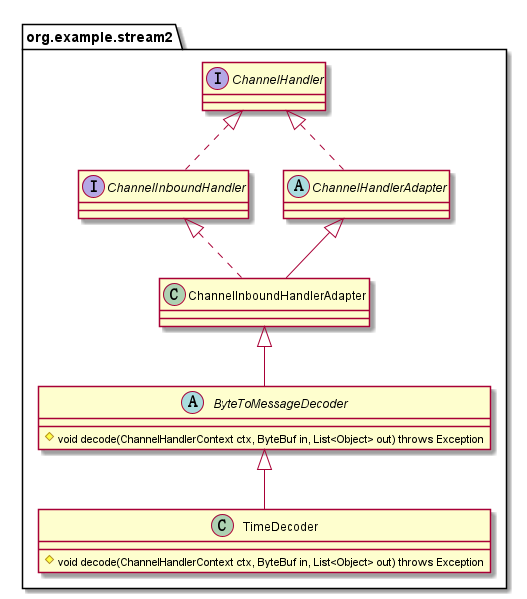
Above: Week_03/netty-example/assets/uml/stream2-class-diagram.png in Du-Feng/JAVA-000 (PlantUML), before the change.
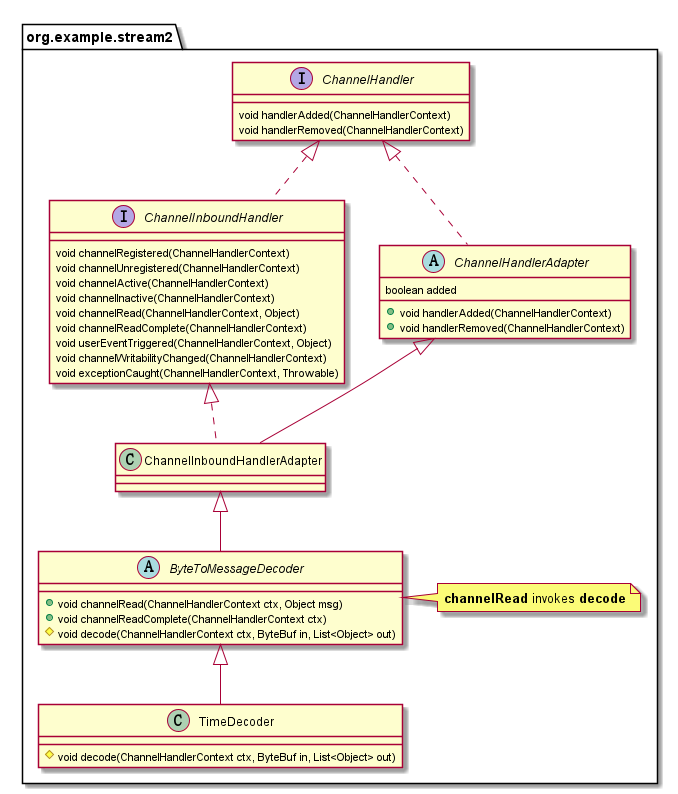
The same diagram one commit later.

Commit message:
Update the class diagram with more details.

The edit, as a diff of the source:
```diff
@@ -8,16 +8,41 @@
     ChannelInboundHandlerAdapter <|-- ByteToMessageDecoder
     ByteToMessageDecoder <|-- TimeDecoder
 
-    interface ChannelHandler { }
-    abstract class ChannelHandlerAdapter { }
-    interface ChannelInboundHandler { }
-    class ChannelInboundHandlerAdapter { }
-    abstract class ByteToMessageDecoder {
-        # void decode(ChannelHandlerContext ctx, ByteBuf in, List<Object> out) throws Exception
+    interface ChannelHandler {
+         void handlerAdded(ChannelHandlerContext)
+         void handlerRemoved(ChannelHandlerContext)
     }
 
+    abstract class ChannelHandlerAdapter {
+        boolean added
+
+        + void handlerAdded(ChannelHandlerContext)
+        + void handlerRemoved(ChannelHandlerContext)
+    }
+
+    interface ChannelInboundHandler {
+        void channelRegistered(ChannelHandlerContext)
+        void channelUnregistered(ChannelHandlerContext)
+        void channelActive(ChannelHandlerContext)
+        void channelInactive(ChannelHandlerContext)
+        void channelRead(ChannelHandlerContext, Object)
+        void channelReadComplete(ChannelHandlerContext)
+        void userEventTriggered(ChannelHandlerContext, Object)
+        void channelWritabilityChanged(ChannelHandlerContext)
+        void exceptionCaught(ChannelHandlerContext, Throwable)
+    }
+
+    class ChannelInboundHandlerAdapter { }
+
+    abstract class ByteToMessageDecoder {
+        + void channelRead(ChannelHandlerContext ctx, Object msg)
+        + void channelReadComplete(ChannelHandlerContext ctx)
+        # void decode(ChannelHandlerContext ctx, ByteBuf in, List<Object> out)
+    }
+    note right of ByteToMessageDecoder : <b>channelRead</b> invokes <b>decode</b>
+
     class TimeDecoder {
-        # void decode(ChannelHandlerContext ctx, ByteBuf in, List<Object> out) throws Exception
+        # void decode(ChannelHandlerContext ctx, ByteBuf in, List<Object> out)
     }
 }
 
```
